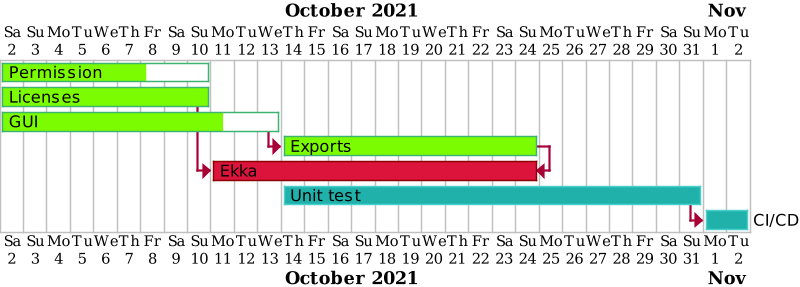
SerhiiRI/jarman keeps this PlantUML diagram as issues/agenda/release-roadmap.png. Above is the earlier version.
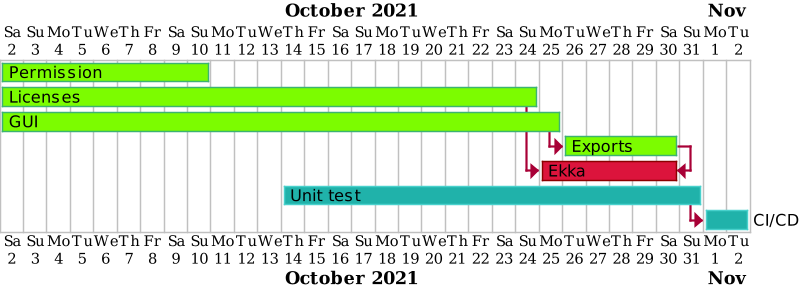
The same file after the commit.

Diff of the diagram source:
```diff
@@ -4,16 +4,16 @@
 [Permission] starts 2021-10-02
 [Permission] is colored in LawnGreen/MediumSeaGreen
 [Permission] ends 2021-10-10
-[Permission] is 70% completed
+[Permission] is 100% completed
 [Licenses] starts 2021-10-02
 [Licenses] is colored in LawnGreen/MediumSeaGreen
-[Licenses] ends 2021-10-10
+[Licenses] ends 2021-10-24
 [GUI] starts 2021-10-02
-[GUI] is 80% completed
+[GUI] is 100% completed
 [GUI] is colored in LawnGreen/MediumSeaGreen
-[GUI] ends 2021-10-13
+[GUI] ends 2021-10-25
 [Exports] is colored in LawnGreen/MediumSeaGreen
-[Exports] ends 2021-10-24
+[Exports] ends 2021-10-30
 [Exports] starts at [GUI]'s end
 [Ekka] starts at [Licenses]'s end
 [Ekka] is colored in Crimson/DarkRed
```
